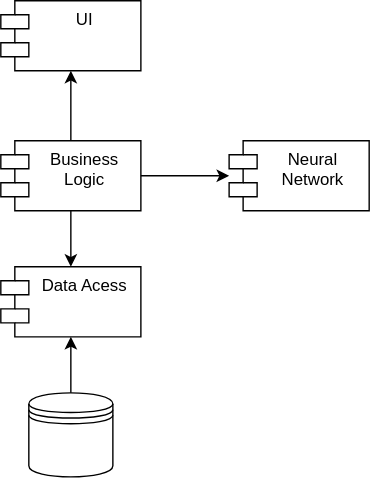
The draw.io diagram imgs/components_diag.svg in needsomesleeptd/PPO, before a commit. Source tidied: cells renumbered, new cells last; positions are measured from the earlier drawing's top-left corner, leaving out a move shared by most shapes.
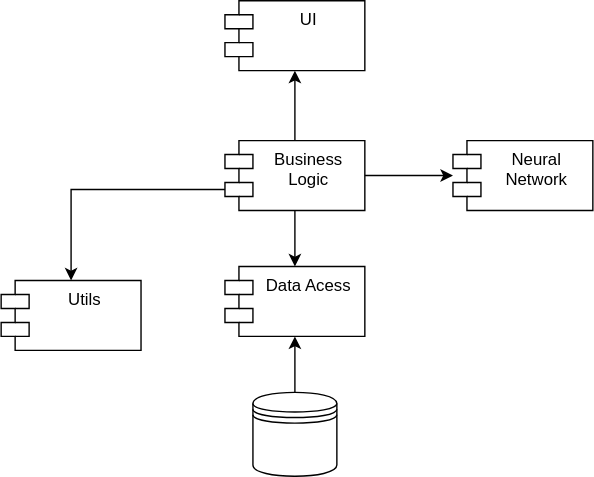
Later version of the same file.

Diff of the diagram source:
```diff
@@ -29,5 +29,11 @@
     <mxCell id="10" style="endArrow=classic;html=1;rounded=0;" parent="1" edge="1" source="5" target="9">
       <mxGeometry relative="1" as="geometry" />
     </mxCell>
+    <mxCell id="11" value="Utils" style="shape=module;align=left;spacingLeft=20;align=center;verticalAlign=top;whiteSpace=wrap;html=1;" parent="1" vertex="1">
+      <mxGeometry x="-160" y="200" width="100" height="50" as="geometry" />
+    </mxCell>
+    <mxCell id="12" style="edgeStyle=orthogonalEdgeStyle;rounded=0;jettySize=auto;html=1;entryX=0.5;entryY=0;entryDx=0;entryDy=0;exitX=0;exitY=0;exitDx=0;exitDy=35;exitPerimeter=0;" parent="1" edge="1" source="5" target="11">
+      <mxGeometry relative="1" as="geometry" />
+    </mxCell>
   </root>
 </mxGraphModel>
```
